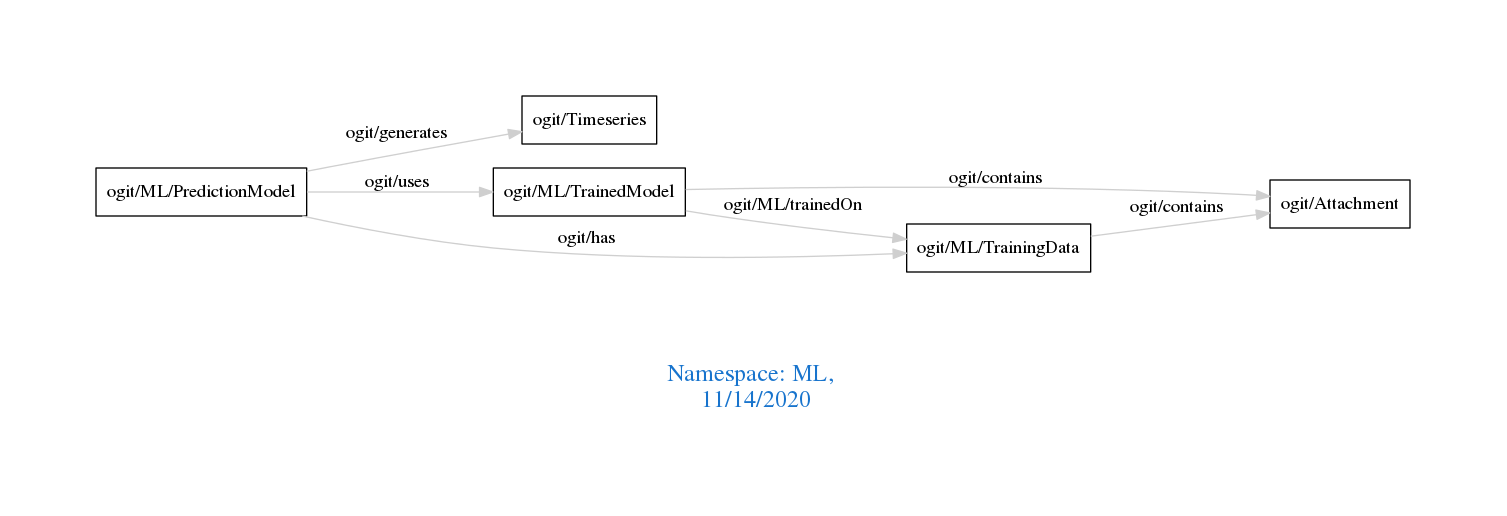
Above: downloads/ML.png in arago/OGIT (Graphviz), before the change. Its source is kept beside it as downloads/ML.dot.
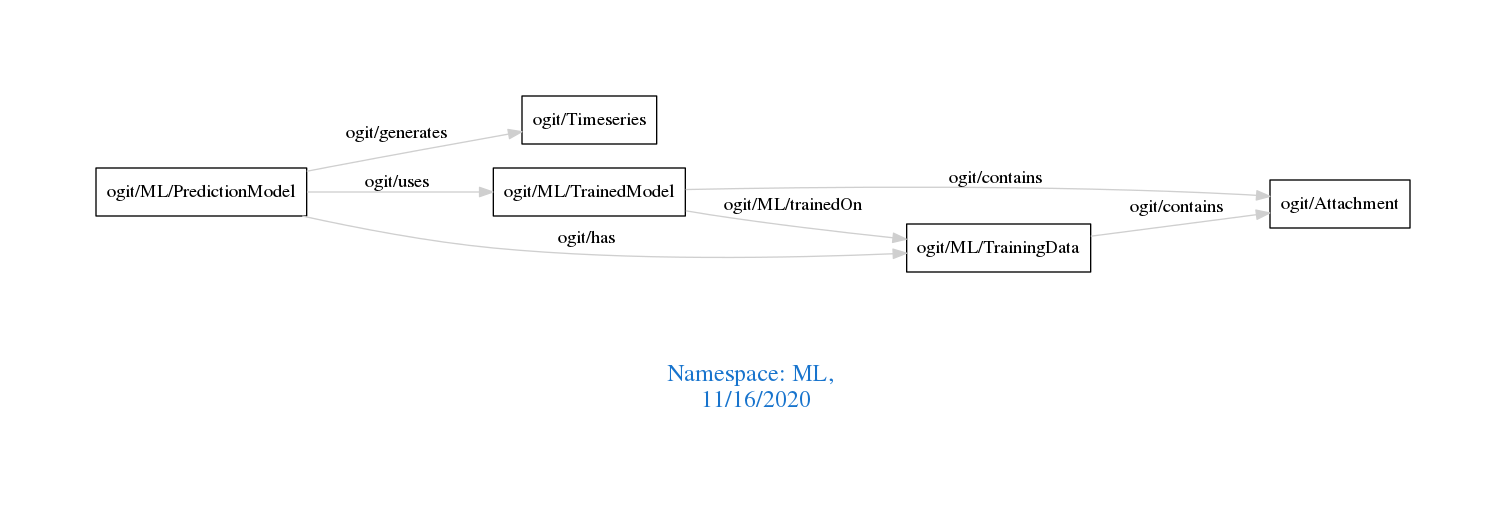
After the change.

The edit, as a diff of the source:
```diff
@@ -1,7 +1,7 @@
 digraph OGIT_ontology {
  graph [ rankdir= LR,pad=1
 fontsize = 18,
-fontcolor= dodgerblue3,label = "\n\n\nNamespace: ML, \n 11/14/2020"];
+fontcolor= dodgerblue3,label = "\n\n\nNamespace: ML, \n 11/16/2020"];
 node[shape=polygon];
 edge [  color="gray81"];
 
```
